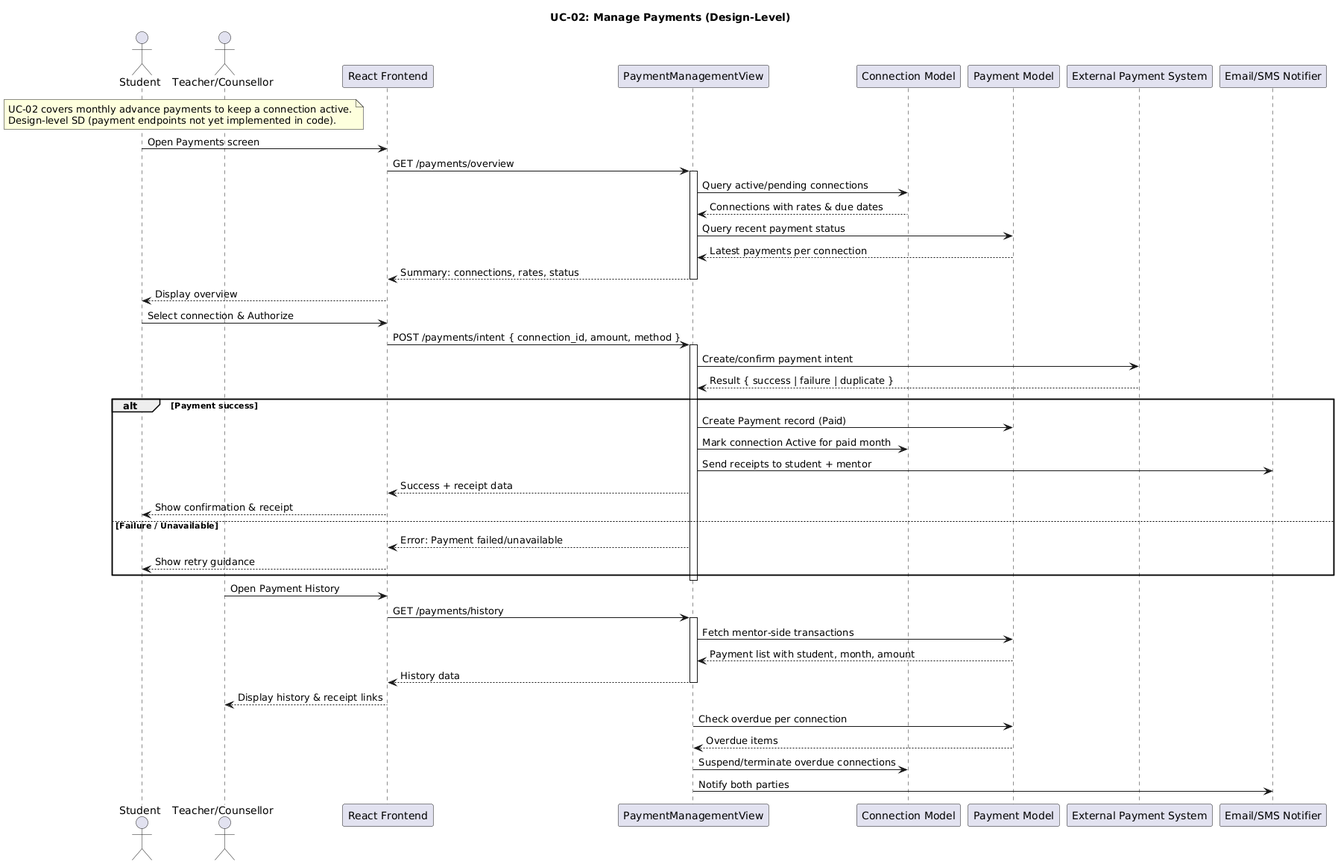
Above: planttext/us2-v1.png in MMMustafakamran/SDs (PlantUML), before the change.
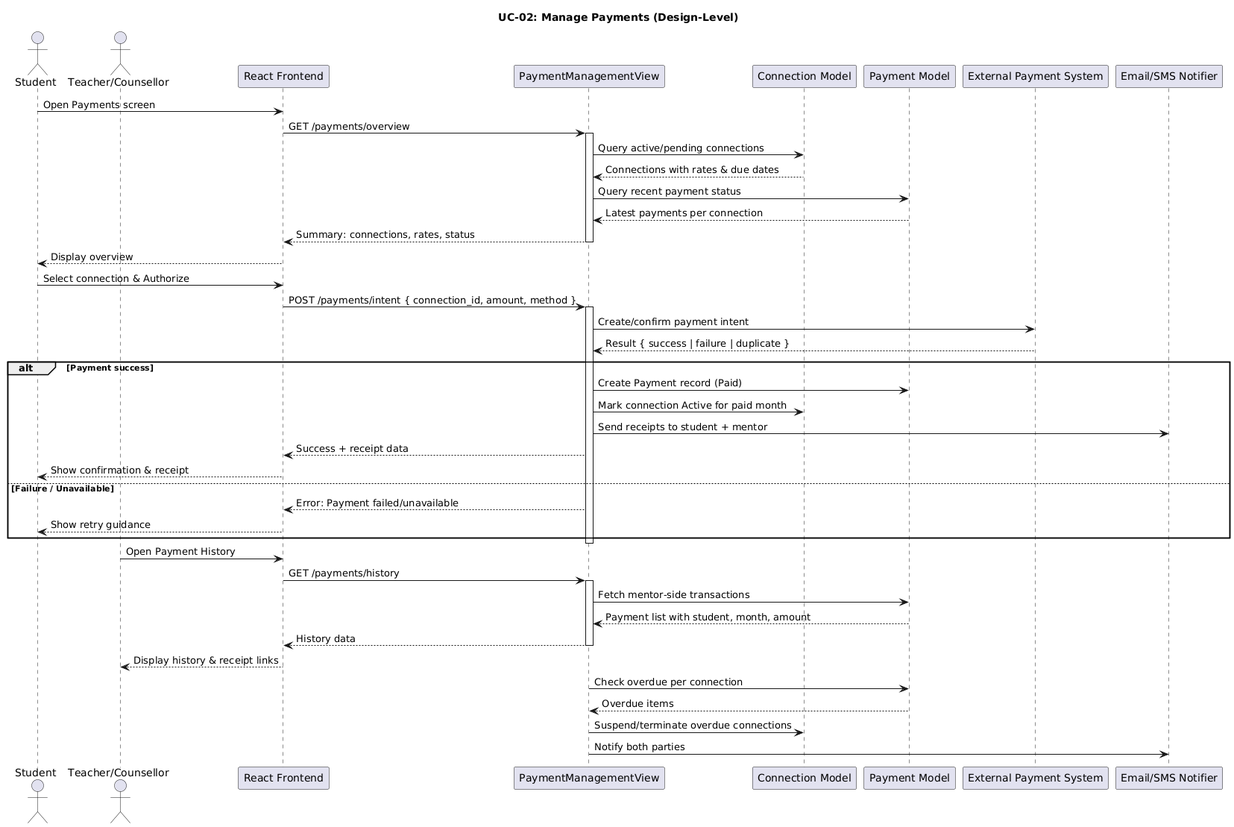
After the change.

Diff of the diagram source:
```diff
@@ -10,10 +10,6 @@
 participant PaymentSystem as "External Payment System"
 participant Notification as "Email/SMS Notifier"
 
-note over Student, Mentor
-UC-02 covers monthly advance payments to keep a connection active.
-Design-level SD (payment endpoints not yet implemented in code).
-end note
 
 Student -> Frontend : Open Payments screen
 Frontend -> PaymentView : GET /payments/overview
```
